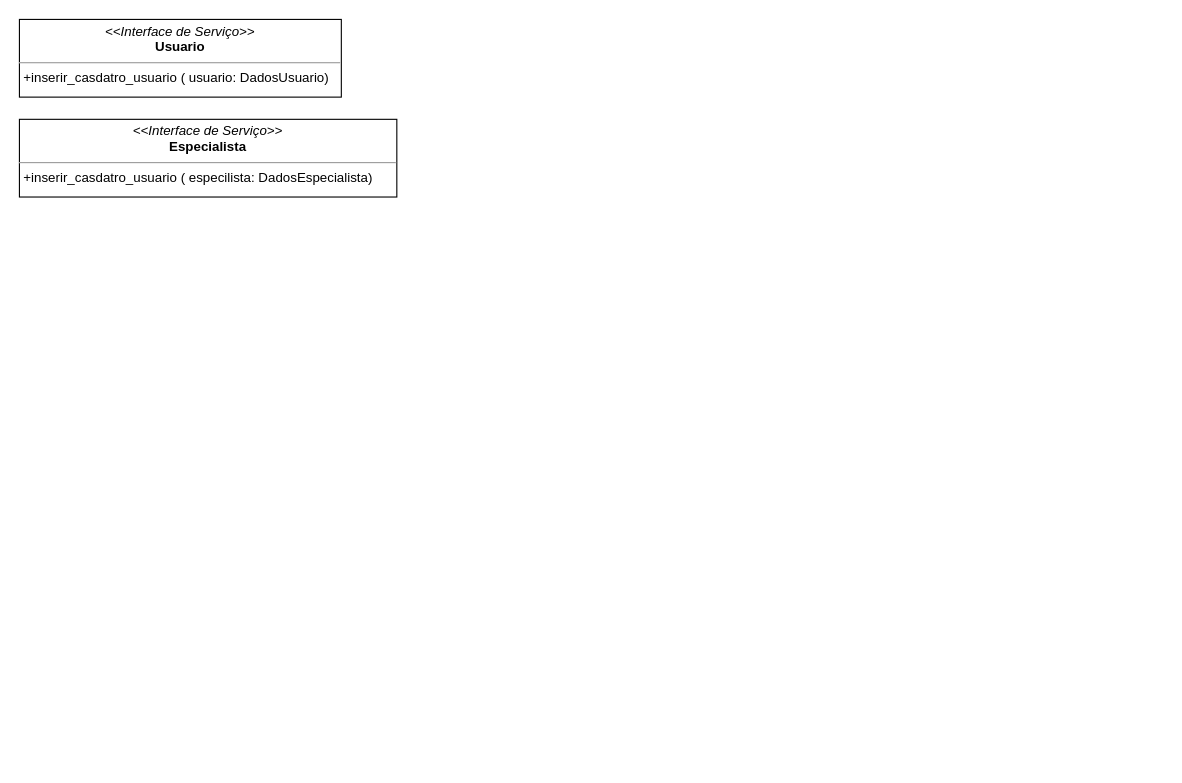
Before: page "Interface_servico" (2 of 2) of DEC/Diagrama sem nome.drawio in luca-moraes/projetoCorintoModelagem, a draw.io diagram. Source tidied: cells renumbered, new cells numbered last; positions are measured from the earlier drawing's top-left corner, leaving out a move shared by most shapes. Both pictures are drawn from the tidied source at 111%, with x=0, y=0 at pixel (19, 19).
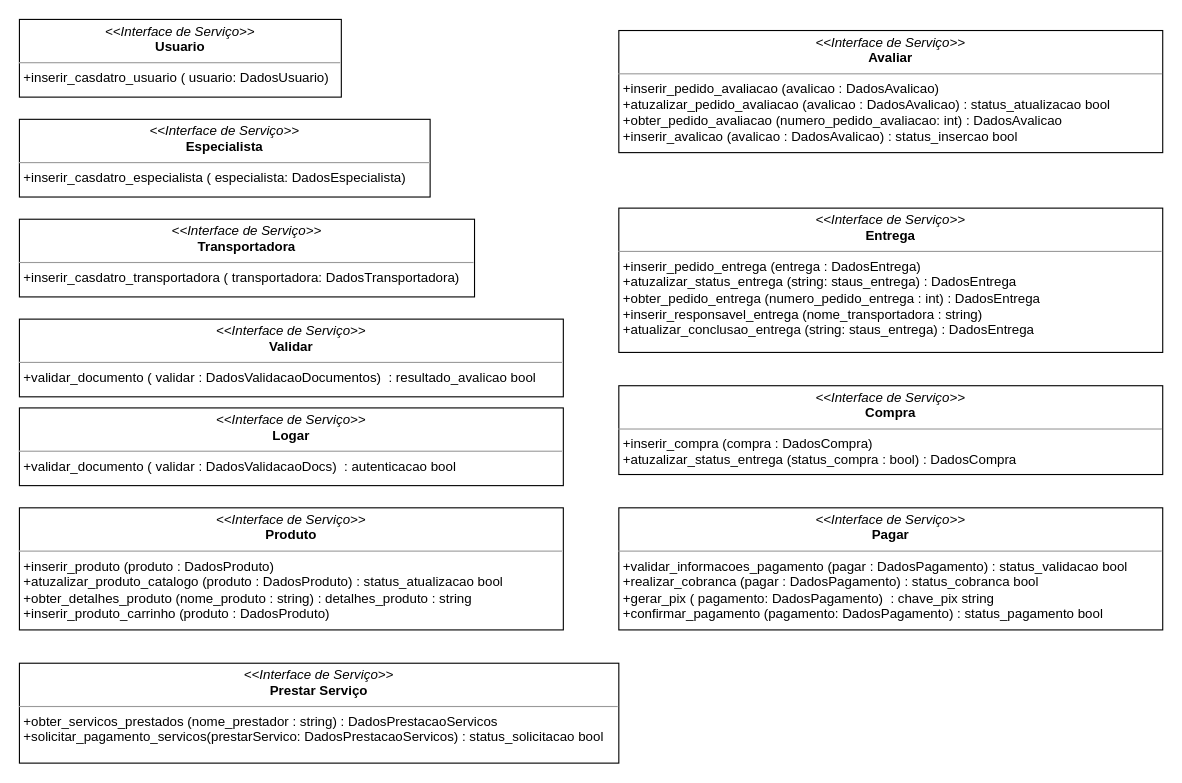
The same page after the edit.

Diff of the diagram source:
```diff
@@
 <mxGraphModel>
   <root>
     <mxCell id="0" />
     <mxCell id="1" parent="0" />
     <mxCell id="2" value="&lt;p style=&quot;margin:0px;margin-top:4px;text-align:center;&quot;&gt;&lt;i&gt;&amp;lt;&amp;lt;Interface de Serviço&amp;gt;&amp;gt;&lt;/i&gt;&lt;br&gt;&lt;b&gt;Usuario&lt;/b&gt;&lt;/p&gt;&lt;hr size=&quot;1&quot;&gt;&lt;p style=&quot;margin:0px;margin-left:4px;&quot;&gt;+inserir_casdatro_usuario ( usuario: DadosUsuario)&lt;/p&gt;" style="verticalAlign=top;align=left;overflow=fill;fontSize=12;fontFamily=Helvetica;html=1;whiteSpace=wrap;" parent="1" vertex="1">
       <mxGeometry width="290" height="70" as="geometry" />
     </mxCell>
-    <mxCell id="3" value="&lt;p style=&quot;margin:0px;margin-top:4px;text-align:center;&quot;&gt;&lt;i&gt;&amp;lt;&amp;lt;Interface de Serviço&amp;gt;&amp;gt;&lt;/i&gt;&lt;br&gt;&lt;b&gt;Especialista&lt;/b&gt;&lt;/p&gt;&lt;hr size=&quot;1&quot;&gt;&lt;p style=&quot;margin:0px;margin-left:4px;&quot;&gt;+inserir_casdatro_usuario ( especilista: DadosEspecialista)&lt;/p&gt;" style="verticalAlign=top;align=left;overflow=fill;fontSize=12;fontFamily=Helvetica;html=1;whiteSpace=wrap;" parent="1" vertex="1">
-      <mxGeometry y="90" width="340" height="70" as="geometry" />
+    <mxCell id="3" value="&lt;p style=&quot;margin:0px;margin-top:4px;text-align:center;&quot;&gt;&lt;i&gt;&amp;lt;&amp;lt;Interface de Serviço&amp;gt;&amp;gt;&lt;/i&gt;&lt;br&gt;&lt;b&gt;Especialista&lt;/b&gt;&lt;/p&gt;&lt;hr size=&quot;1&quot;&gt;&lt;p style=&quot;margin:0px;margin-left:4px;&quot;&gt;+inserir_casdatro_especialista ( especialista: DadosEspecialista)&lt;/p&gt;" style="verticalAlign=top;align=left;overflow=fill;fontSize=12;fontFamily=Helvetica;html=1;whiteSpace=wrap;" parent="1" vertex="1">
+      <mxGeometry y="90" width="370" height="70" as="geometry" />
     </mxCell>
+    <mxCell id="4" value="&lt;p style=&quot;margin:0px;margin-top:4px;text-align:center;&quot;&gt;&lt;i&gt;&amp;lt;&amp;lt;Interface de Serviço&amp;gt;&amp;gt;&lt;/i&gt;&lt;br&gt;&lt;b&gt;Transportadora&lt;/b&gt;&lt;/p&gt;&lt;hr size=&quot;1&quot;&gt;&lt;p style=&quot;margin:0px;margin-left:4px;&quot;&gt;+inserir_casdatro_transportadora ( transportadora: DadosTransportadora)&lt;/p&gt;" style="verticalAlign=top;align=left;overflow=fill;fontSize=12;fontFamily=Helvetica;html=1;whiteSpace=wrap;" parent="1" vertex="1">
+      <mxGeometry y="180" width="410" height="70" as="geometry" />
+    </mxCell>
+    <mxCell id="5" value="&lt;p style=&quot;margin:0px;margin-top:4px;text-align:center;&quot;&gt;&lt;i&gt;&amp;lt;&amp;lt;Interface de Serviço&amp;gt;&amp;gt;&lt;/i&gt;&lt;br&gt;&lt;b&gt;Validar&lt;/b&gt;&lt;/p&gt;&lt;hr size=&quot;1&quot;&gt;&lt;p style=&quot;margin:0px;margin-left:4px;&quot;&gt;+validar_documento ( validar : DadosValidacaoDocumentos)&amp;nbsp; : resultado_avalicao bool&lt;/p&gt;" style="verticalAlign=top;align=left;overflow=fill;fontSize=12;fontFamily=Helvetica;html=1;whiteSpace=wrap;" parent="1" vertex="1">
+      <mxGeometry y="270" width="490" height="70" as="geometry" />
+    </mxCell>
+    <mxCell id="6" value="&lt;p style=&quot;margin:0px;margin-top:4px;text-align:center;&quot;&gt;&lt;i&gt;&amp;lt;&amp;lt;Interface de Serviço&amp;gt;&amp;gt;&lt;/i&gt;&lt;br&gt;&lt;b&gt;Logar&lt;/b&gt;&lt;/p&gt;&lt;hr size=&quot;1&quot;&gt;&lt;p style=&quot;margin:0px;margin-left:4px;&quot;&gt;+validar_documento ( validar : DadosValidacaoDocs)&amp;nbsp; : autenticacao bool&lt;/p&gt;" style="verticalAlign=top;align=left;overflow=fill;fontSize=12;fontFamily=Helvetica;html=1;whiteSpace=wrap;" parent="1" vertex="1">
+      <mxGeometry y="350" width="490" height="70" as="geometry" />
+    </mxCell>
+    <mxCell id="7" value="&lt;p style=&quot;margin:0px;margin-top:4px;text-align:center;&quot;&gt;&lt;i&gt;&amp;lt;&amp;lt;Interface de Serviço&amp;gt;&amp;gt;&lt;/i&gt;&lt;br&gt;&lt;b&gt;Produto&lt;/b&gt;&lt;/p&gt;&lt;hr size=&quot;1&quot;&gt;&lt;p style=&quot;margin:0px;margin-left:4px;&quot;&gt;+inserir_produto (produto : DadosProduto)&amp;nbsp;&lt;/p&gt;&lt;p style=&quot;margin:0px;margin-left:4px;&quot;&gt;+atuzalizar_produto_catalogo (produto : DadosProduto) : status_atualizacao bool&lt;/p&gt;&lt;p style=&quot;margin:0px;margin-left:4px;&quot;&gt;+obter_detalhes_produto (nome_produto : string) : detalhes_produto : string&lt;/p&gt;&lt;p style=&quot;margin:0px;margin-left:4px;&quot;&gt;+inserir_produto_carrinho (produto : DadosProduto)&lt;/p&gt;" style="verticalAlign=top;align=left;overflow=fill;fontSize=12;fontFamily=Helvetica;html=1;whiteSpace=wrap;" parent="1" vertex="1">
+      <mxGeometry y="440" width="490" height="110" as="geometry" />
+    </mxCell>
+    <mxCell id="8" value="&lt;p style=&quot;margin:0px;margin-top:4px;text-align:center;&quot;&gt;&lt;i&gt;&amp;lt;&amp;lt;Interface de Serviço&amp;gt;&amp;gt;&lt;/i&gt;&lt;br&gt;&lt;b&gt;Prestar Serviço&lt;/b&gt;&lt;/p&gt;&lt;hr size=&quot;1&quot;&gt;&lt;p style=&quot;margin:0px;margin-left:4px;&quot;&gt;+obter_servicos_prestados (nome_prestador : string) : DadosPrestacaoServicos&lt;/p&gt;&lt;p style=&quot;margin:0px;margin-left:4px;&quot;&gt;+solicitar_pagamento_servicos(prestarServico: DadosPrestacaoServicos) : status_solicitacao bool&lt;/p&gt;" style="verticalAlign=top;align=left;overflow=fill;fontSize=12;fontFamily=Helvetica;html=1;whiteSpace=wrap;" parent="1" vertex="1">
+      <mxGeometry y="580" width="540" height="90" as="geometry" />
+    </mxCell>
+    <mxCell id="9" value="&lt;p style=&quot;margin:0px;margin-top:4px;text-align:center;&quot;&gt;&lt;i&gt;&amp;lt;&amp;lt;Interface de Serviço&amp;gt;&amp;gt;&lt;/i&gt;&lt;br&gt;&lt;b&gt;Avaliar&lt;/b&gt;&lt;/p&gt;&lt;hr size=&quot;1&quot;&gt;&lt;p style=&quot;margin:0px;margin-left:4px;&quot;&gt;+inserir_pedido_avaliacao (avalicao : DadosAvalicao)&amp;nbsp;&lt;/p&gt;&lt;p style=&quot;margin:0px;margin-left:4px;&quot;&gt;+atuzalizar_pedido_avaliacao&amp;nbsp;(avalicao : DadosAvalicao) : status_atualizacao bool&lt;/p&gt;&lt;p style=&quot;margin:0px;margin-left:4px;&quot;&gt;+obter_pedido_avaliacao&amp;nbsp;(numero_pedido_avaliacao: int) :&amp;nbsp;DadosAvalicao&lt;/p&gt;&lt;p style=&quot;margin:0px;margin-left:4px;&quot;&gt;+inserir_avalicao (avalicao : DadosAvalicao) : status_insercao bool&lt;/p&gt;" style="verticalAlign=top;align=left;overflow=fill;fontSize=12;fontFamily=Helvetica;html=1;whiteSpace=wrap;" parent="1" vertex="1">
+      <mxGeometry x="540" y="10" width="490" height="110" as="geometry" />
+    </mxCell>
+    <mxCell id="10" value="&lt;p style=&quot;margin:0px;margin-top:4px;text-align:center;&quot;&gt;&lt;i&gt;&amp;lt;&amp;lt;Interface de Serviço&amp;gt;&amp;gt;&lt;/i&gt;&lt;br&gt;&lt;b&gt;Entrega&lt;/b&gt;&lt;/p&gt;&lt;hr size=&quot;1&quot;&gt;&lt;p style=&quot;margin:0px;margin-left:4px;&quot;&gt;+inserir_pedido_entrega (entrega : DadosEntrega)&amp;nbsp;&lt;/p&gt;&lt;p style=&quot;margin:0px;margin-left:4px;&quot;&gt;+atuzalizar_status_entrega (string: staus_entrega) : DadosEntrega&lt;/p&gt;&lt;p style=&quot;margin:0px;margin-left:4px;&quot;&gt;+obter_pedido_entrega&amp;nbsp;(numero_pedido_entrega : int) :&amp;nbsp;DadosEntrega&lt;/p&gt;&lt;p style=&quot;margin:0px;margin-left:4px;&quot;&gt;+inserir_responsavel_entrega (nome_transportadora : string)&amp;nbsp;&lt;/p&gt;&lt;p style=&quot;margin:0px;margin-left:4px;&quot;&gt;+atualizar_conclusao_entrega (string: staus_entrega) : DadosEntrega&lt;/p&gt;" style="verticalAlign=top;align=left;overflow=fill;fontSize=12;fontFamily=Helvetica;html=1;whiteSpace=wrap;" parent="1" vertex="1">
+      <mxGeometry x="540" y="170" width="490" height="130" as="geometry" />
+    </mxCell>
+    <mxCell id="11" value="&lt;p style=&quot;margin:0px;margin-top:4px;text-align:center;&quot;&gt;&lt;i&gt;&amp;lt;&amp;lt;Interface de Serviço&amp;gt;&amp;gt;&lt;/i&gt;&lt;br&gt;&lt;b&gt;Compra&lt;/b&gt;&lt;/p&gt;&lt;hr size=&quot;1&quot;&gt;&lt;p style=&quot;margin:0px;margin-left:4px;&quot;&gt;+inserir_compra (compra : DadosCompra)&amp;nbsp;&lt;/p&gt;&lt;p style=&quot;margin:0px;margin-left:4px;&quot;&gt;+atuzalizar_status_entrega (status_compra : bool) : DadosCompra&lt;/p&gt;" style="verticalAlign=top;align=left;overflow=fill;fontSize=12;fontFamily=Helvetica;html=1;whiteSpace=wrap;" parent="1" vertex="1">
+      <mxGeometry x="540" y="330" width="490" height="80" as="geometry" />
+    </mxCell>
+    <mxCell id="12" value="&lt;p style=&quot;margin:0px;margin-top:4px;text-align:center;&quot;&gt;&lt;i&gt;&amp;lt;&amp;lt;Interface de Serviço&amp;gt;&amp;gt;&lt;/i&gt;&lt;br&gt;&lt;b&gt;Pagar&lt;/b&gt;&lt;/p&gt;&lt;hr size=&quot;1&quot;&gt;&lt;p style=&quot;margin:0px;margin-left:4px;&quot;&gt;+validar_informacoes_pagamento (pagar : DadosPagamento) : status_validacao bool&lt;/p&gt;&lt;p style=&quot;margin:0px;margin-left:4px;&quot;&gt;+realizar_cobranca (pagar : DadosPagamento) : status_cobranca bool&lt;/p&gt;&lt;p style=&quot;margin:0px;margin-left:4px;&quot;&gt;+gerar_pix (&amp;nbsp;pagamento: DadosPagamento)&amp;nbsp; : chave_pix string&lt;/p&gt;&lt;p style=&quot;margin:0px;margin-left:4px;&quot;&gt;+confirmar_pagamento (pagamento: DadosPagamento) : status_pagamento bool&lt;/p&gt;" style="verticalAlign=top;align=left;overflow=fill;fontSize=12;fontFamily=Helvetica;html=1;whiteSpace=wrap;" parent="1" vertex="1">
+      <mxGeometry x="540" y="440" width="490" height="110" as="geometry" />
+    </mxCell>
   </root>
 </mxGraphModel>
```
